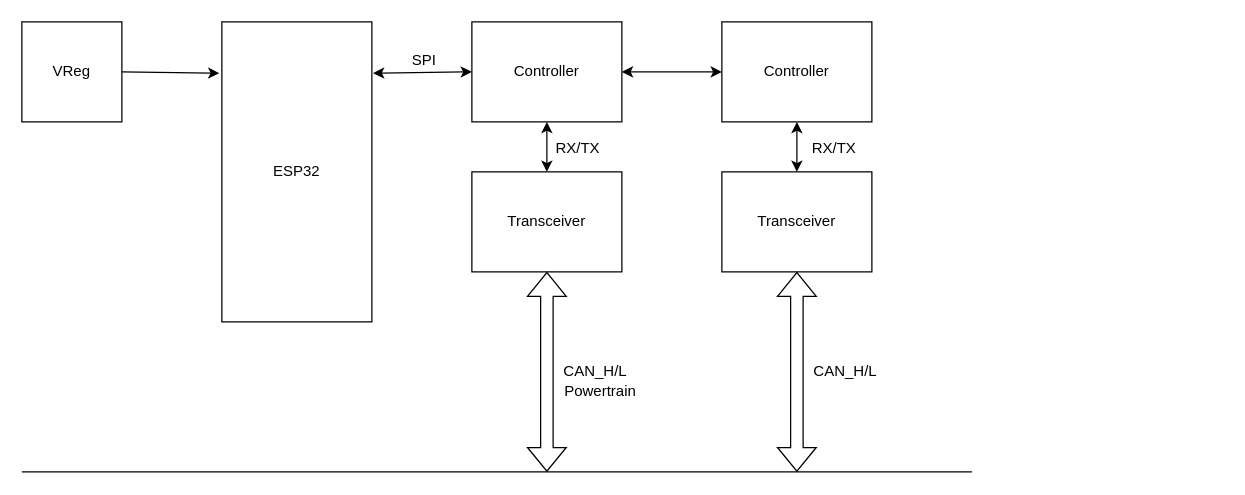
The draw.io diagram Unbenanntes Diagramm.drawio in Code99it/wireframe, before the edit. Source tidied: cells renumbered, new cells numbered last; positions are measured from the earlier drawing's top-left corner, leaving out a move shared by most shapes. Both pictures are drawn from the tidied source at 125%, with x=0, y=0 at pixel (21, 21).
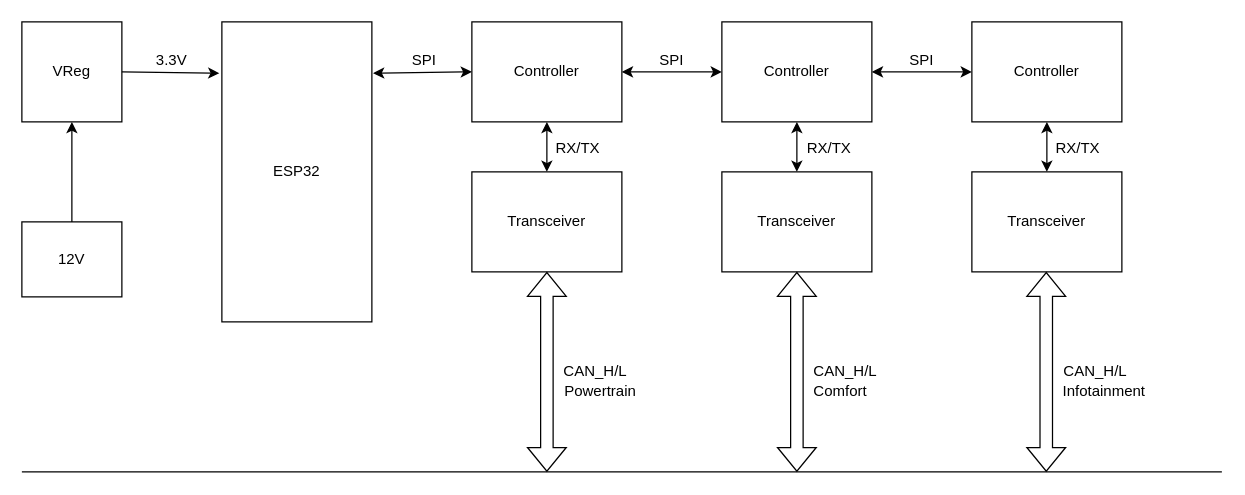
Above is the later version.

The change refers to these unchanged cells:
```xml
<mxCell id="5" value="VReg" style="rounded=0;whiteSpace=wrap;html=1;" parent="1" vertex="1">
  <mxGeometry width="80" height="80" as="geometry" />
</mxCell>
<mxCell id="15" value="Controller" style="rounded=0;whiteSpace=wrap;html=1;" parent="1" vertex="1">
  <mxGeometry x="560" width="120" height="80" as="geometry" />
</mxCell>
```

Change to the diagram source:
```diff
@@
     <mxCell id="6" style="endArrow=none;html=1;rounded=0;" parent="1" edge="1">
       <mxGeometry relative="1" as="geometry">
         <mxPoint y="360" as="sourcePoint" />
-        <mxPoint x="760" y="360" as="targetPoint" />
+        <mxPoint x="960" y="360" as="targetPoint" />
       </mxGeometry>
     </mxCell>
@@
     <mxCell id="17" value="RX/TX" style="text;html=1;align=center;verticalAlign=middle;whiteSpace=wrap;rounded=0;" parent="1" vertex="1">
-      <mxGeometry x="620" y="86" width="60" height="30" as="geometry" />
+      <mxGeometry x="616" y="86" width="60" height="30" as="geometry" />
     </mxCell>
@@
+    <mxCell id="22" value="Comfort" style="text;html=1;align=center;verticalAlign=middle;whiteSpace=wrap;rounded=0;" parent="1" vertex="1">
+      <mxGeometry x="620" y="281" width="70" height="30" as="geometry" />
+    </mxCell>
+    <mxCell id="23" value="SPI" style="text;html=1;align=center;verticalAlign=middle;whiteSpace=wrap;rounded=0;" parent="1" vertex="1">
+      <mxGeometry x="490" y="16" width="60" height="30" as="geometry" />
+    </mxCell>
+    <mxCell id="24" value="3.3V" style="text;html=1;align=center;verticalAlign=middle;whiteSpace=wrap;rounded=0;" parent="1" vertex="1">
+      <mxGeometry x="90" y="16" width="60" height="30" as="geometry" />
+    </mxCell>
+    <mxCell id="25" value="12V" style="rounded=0;whiteSpace=wrap;html=1;" parent="1" vertex="1">
+      <mxGeometry y="160" width="80" height="60" as="geometry" />
+    </mxCell>
+    <mxCell id="26" style="endArrow=classic;html=1;rounded=0;entryX=0.5;entryY=1;entryDx=0;entryDy=0;exitX=0.5;exitY=0;exitDx=0;exitDy=0;" parent="1" edge="1" source="25" target="5">
+      <mxGeometry relative="1" as="geometry" />
+    </mxCell>
+    <mxCell id="27" value="Controller" style="rounded=0;whiteSpace=wrap;html=1;" parent="1" vertex="1">
+      <mxGeometry x="760" width="120" height="80" as="geometry" />
+    </mxCell>
+    <mxCell id="28" value="Transceiver" style="rounded=0;whiteSpace=wrap;html=1;" parent="1" vertex="1">
+      <mxGeometry x="760" y="120" width="120" height="80" as="geometry" />
+    </mxCell>
+    <mxCell id="29" style="shape=flexArrow;endArrow=classic;startArrow=classic;html=1;rounded=0;" parent="1" edge="1">
+      <mxGeometry relative="1" as="geometry">
+        <mxPoint x="819.5" y="360" as="sourcePoint" />
+        <mxPoint x="819.5" y="200" as="targetPoint" />
+      </mxGeometry>
+    </mxCell>
+    <mxCell id="30" value="RX/TX" style="text;html=1;align=center;verticalAlign=middle;whiteSpace=wrap;rounded=0;" parent="1" vertex="1">
+      <mxGeometry x="815" y="86" width="60" height="30" as="geometry" />
+    </mxCell>
+    <mxCell id="31" style="endArrow=classic;startArrow=classic;html=1;rounded=0;entryX=0.5;entryY=1;entryDx=0;entryDy=0;exitX=0.5;exitY=0;exitDx=0;exitDy=0;" parent="1" edge="1" source="28" target="27">
+      <mxGeometry relative="1" as="geometry" />
+    </mxCell>
+    <mxCell id="32" value="SPI" style="text;html=1;align=center;verticalAlign=middle;whiteSpace=wrap;rounded=0;" parent="1" vertex="1">
+      <mxGeometry x="690" y="16" width="60" height="30" as="geometry" />
+    </mxCell>
+    <mxCell id="33" style="endArrow=classic;startArrow=classic;html=1;rounded=0;entryX=0;entryY=0.5;entryDx=0;entryDy=0;exitX=1;exitY=0.5;exitDx=0;exitDy=0;" parent="1" edge="1" source="15" target="27">
+      <mxGeometry relative="1" as="geometry" />
+    </mxCell>
+    <mxCell id="34" value="CAN_H/L" style="text;html=1;align=center;verticalAlign=middle;whiteSpace=wrap;rounded=0;" parent="1" vertex="1">
+      <mxGeometry x="829" y="265" width="60" height="30" as="geometry" />
+    </mxCell>
+    <mxCell id="35" value="Infotainment" style="text;html=1;align=center;verticalAlign=middle;whiteSpace=wrap;rounded=0;" parent="1" vertex="1">
+      <mxGeometry x="821" y="281" width="90" height="30" as="geometry" />
+    </mxCell>
```
